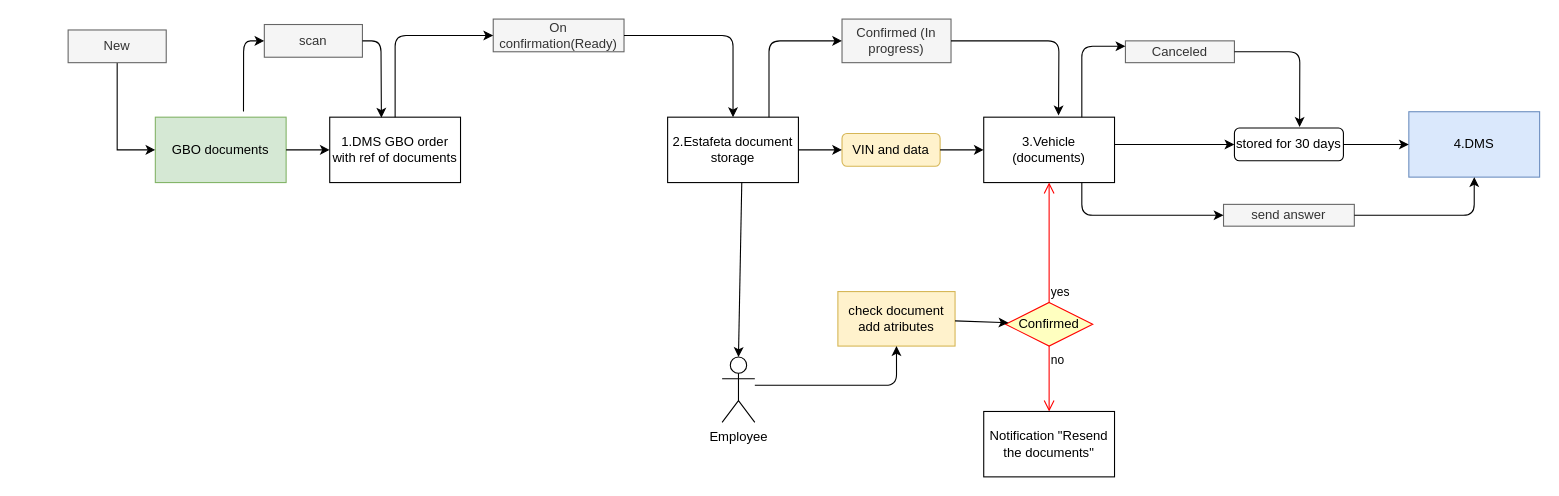
Before: GBO.drawio in annastazi02/diagrams, a draw.io diagram. Source tidied: cells renumbered, new cells numbered last; positions are measured from the earlier drawing's top-left corner, leaving out a move shared by most shapes. Both pictures are drawn from the tidied source at 109%, with x=0, y=0 at pixel (68, 19).
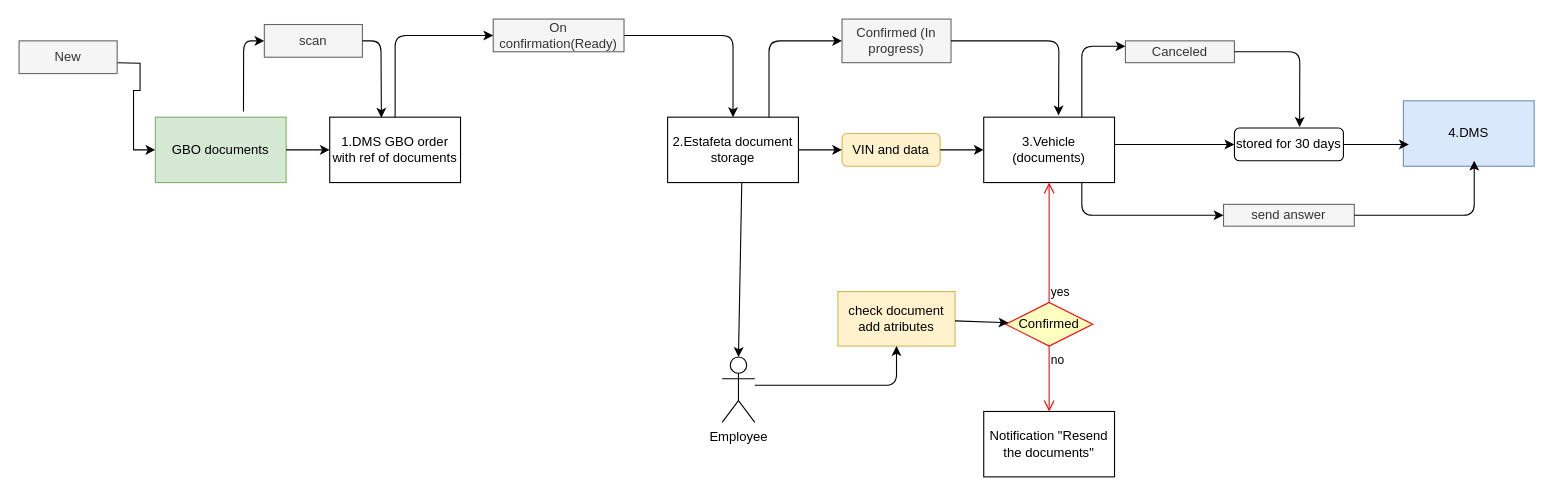
Above is the later version.

The change refers to these unchanged cells:
```xml
<mxCell id="2" value="GBO documents" style="rounded=0;whiteSpace=wrap;html=1;fillColor=#d5e8d4;strokeColor=#82b366;" parent="1" vertex="1">
  <mxGeometry x="80" y="90" width="120" height="60" as="geometry" />
</mxCell>
<mxCell id="26" value="stored for 30 days" style="rounded=1;whiteSpace=wrap;html=1;" parent="1" vertex="1">
  <mxGeometry x="1070" y="100" width="100" height="30" as="geometry" />
</mxCell>
<mxCell id="32" value="send answer" style="rounded=0;whiteSpace=wrap;html=1;fillColor=#f5f5f5;strokeColor=#666666;fontColor=#333333;" parent="1" vertex="1">
  <mxGeometry x="1060" y="170" width="120" height="20" as="geometry" />
</mxCell>
```

The edit, as a diff of the source:
```diff
@@
     <mxCell id="25" value="4.DMS" style="rounded=0;whiteSpace=wrap;html=1;fillColor=#dae8fc;strokeColor=#6c8ebf;" parent="1" vertex="1">
-      <mxGeometry x="1230" y="85" width="120" height="60" as="geometry" />
+      <mxGeometry x="1225" y="75" width="120" height="60" as="geometry" />
     </mxCell>
@@
-    <mxCell id="31" style="endArrow=classic;html=1;exitX=1;exitY=0.5;exitDx=0;exitDy=0;entryX=0;entryY=0.5;entryDx=0;entryDy=0;" parent="1" edge="1" source="26" target="25">
-      <mxGeometry relative="1" as="geometry" />
+    <mxCell id="31" style="endArrow=classic;html=1;exitX=1;exitY=0.5;exitDx=0;exitDy=0;entryX=0;entryY=0.5;entryDx=0;entryDy=0;" parent="1" edge="1" source="26">
+      <mxGeometry relative="1" as="geometry">
+        <mxPoint x="1230" y="115" as="targetPoint" />
+      </mxGeometry>
     </mxCell>
@@
-    <mxCell id="34" style="endArrow=classic;html=1;exitX=1;exitY=0.5;exitDx=0;exitDy=0;entryX=0.5;entryY=1;entryDx=0;entryDy=0;" parent="1" edge="1" source="32" target="25">
+    <mxCell id="34" style="endArrow=classic;html=1;exitX=1;exitY=0.5;exitDx=0;exitDy=0;" parent="1" edge="1" source="32">
       <mxGeometry relative="1" as="geometry">
+        <mxPoint x="1290" y="130" as="targetPoint" />
         <Array as="points">
           <mxPoint x="1290" y="180" />
         </Array>
       </mxGeometry>
     </mxCell>
-    <mxCell id="35" style="edgeStyle=orthogonalEdgeStyle;rounded=0;jettySize=auto;html=1;entryX=0;entryY=0.5;entryDx=0;entryDy=0;" parent="1" edge="1" source="36" target="2">
-      <mxGeometry relative="1" as="geometry" />
+    <mxCell id="35" style="edgeStyle=orthogonalEdgeStyle;rounded=0;jettySize=auto;html=1;entryX=0;entryY=0.5;entryDx=0;entryDy=0;" parent="1" edge="1" target="2">
+      <mxGeometry relative="1" as="geometry">
+        <mxPoint x="45" y="40" as="sourcePoint" />
+      </mxGeometry>
     </mxCell>
     <mxCell id="36" value="New" style="rounded=0;whiteSpace=wrap;html=1;fillColor=#f5f5f5;strokeColor=#666666;fontColor=#333333;" parent="1" vertex="1">
-      <mxGeometry y="10" width="90" height="30" as="geometry" />
+      <mxGeometry x="-45" y="20" width="90" height="30" as="geometry" />
     </mxCell>
```
